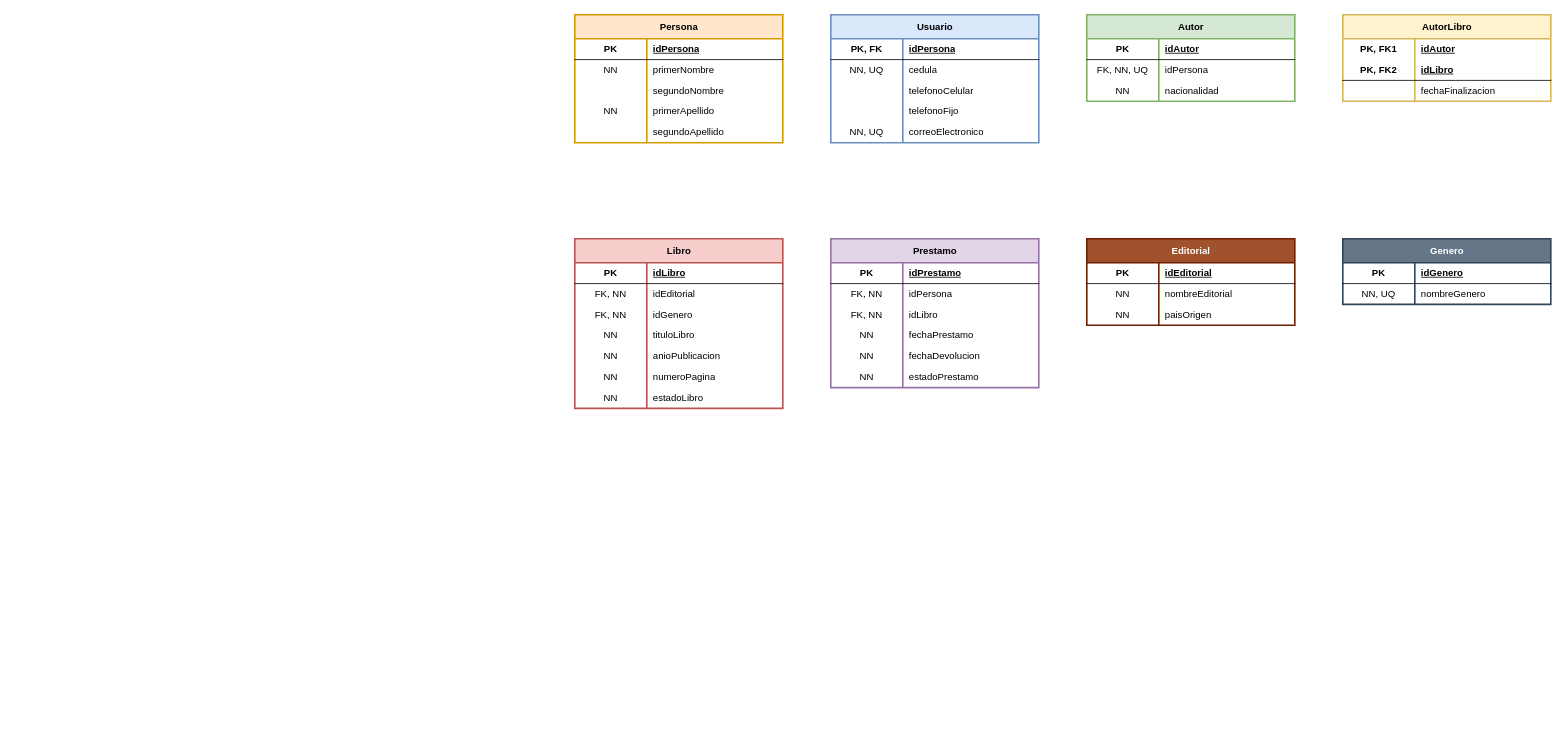
Isa4cc/BASE-DE-DATOS-I-DIAGRAMAS keeps this draw.io diagram as MODELO-LOGICO-LIBROS.drawio. Above is the earlier version. Source tidied: cells renumbered, new cells numbered last; positions are measured from the earlier drawing's top-left corner, leaving out a move shared by most shapes. Both pictures are drawn from the tidied source at 80%, with x=0, y=0 at pixel (574, 14).
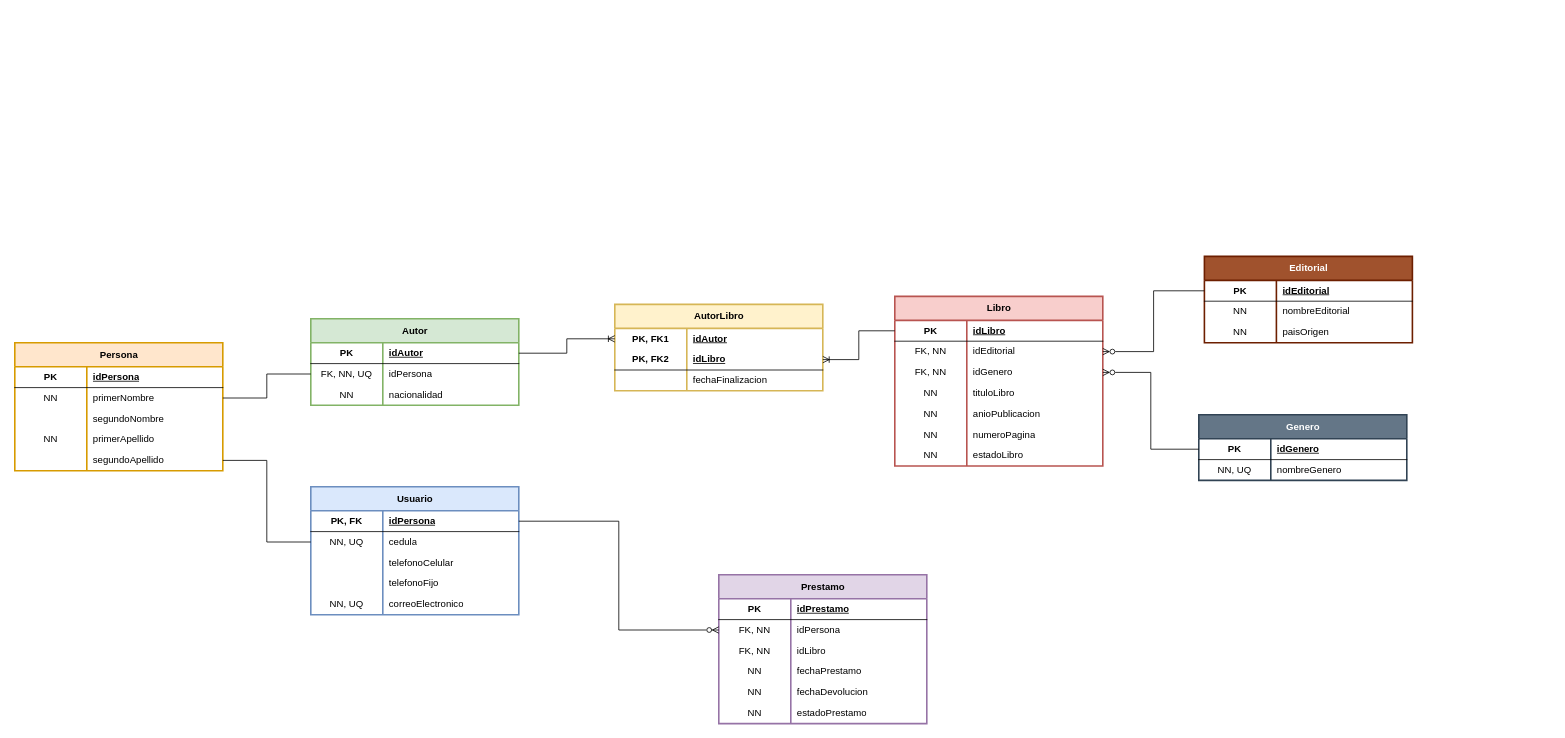
The same diagram, later.

The change refers to these unchanged cells:
```xml
<mxCell id="6" style="shape=tableRow;horizontal=0;startSize=0;swimlaneHead=0;swimlaneBody=0;fillColor=none;points=[[0,0.5],[1,0.5]];portConstraint=eastwest;top=0;left=0;right=0;bottom=0;" parent="2" vertex="1">
  <mxGeometry y="56" width="260" height="26" as="geometry" />
</mxCell>
<mxCell id="15" style="shape=tableRow;horizontal=0;startSize=0;swimlaneHead=0;swimlaneBody=0;fillColor=none;points=[[0,0.5],[1,0.5]];portConstraint=eastwest;top=0;left=0;right=0;bottom=0;" parent="2" vertex="1">
  <mxGeometry y="134" width="260" height="26" as="geometry" />
</mxCell>
<mxCell id="19" style="shape=tableRow;horizontal=0;startSize=0;swimlaneHead=0;swimlaneBody=0;fillColor=none;points=[[0,0.5],[1,0.5]];portConstraint=eastwest;top=0;left=0;right=0;bottom=1;" parent="18" vertex="1">
  <mxGeometry y="30" width="260" height="26" as="geometry" />
</mxCell>
<mxCell id="22" style="shape=tableRow;horizontal=0;startSize=0;swimlaneHead=0;swimlaneBody=0;fillColor=none;points=[[0,0.5],[1,0.5]];portConstraint=eastwest;top=0;left=0;right=0;bottom=0;" parent="18" vertex="1">
  <mxGeometry y="56" width="260" height="26" as="geometry" />
</mxCell>
<mxCell id="35" style="shape=tableRow;horizontal=0;startSize=0;swimlaneHead=0;swimlaneBody=0;fillColor=none;points=[[0,0.5],[1,0.5]];portConstraint=eastwest;top=0;left=0;right=0;bottom=1;" parent="34" vertex="1">
  <mxGeometry y="30" width="260" height="26" as="geometry" />
</mxCell>
<mxCell id="38" style="shape=tableRow;horizontal=0;startSize=0;swimlaneHead=0;swimlaneBody=0;fillColor=none;points=[[0,0.5],[1,0.5]];portConstraint=eastwest;top=0;left=0;right=0;bottom=0;" parent="34" vertex="1">
  <mxGeometry y="56" width="260" height="26" as="geometry" />
</mxCell>
<mxCell id="45" style="shape=tableRow;horizontal=0;startSize=0;swimlaneHead=0;swimlaneBody=0;fillColor=none;points=[[0,0.5],[1,0.5]];portConstraint=eastwest;top=0;left=0;right=0;bottom=0;" parent="44" vertex="1">
  <mxGeometry y="30" width="260" height="26" as="geometry" />
</mxCell>
<mxCell id="48" style="shape=tableRow;horizontal=0;startSize=0;swimlaneHead=0;swimlaneBody=0;fillColor=none;points=[[0,0.5],[1,0.5]];portConstraint=eastwest;top=0;left=0;right=0;bottom=1;" parent="44" vertex="1">
  <mxGeometry y="56" width="260" height="26" as="geometry" />
</mxCell>
<mxCell id="55" style="shape=tableRow;horizontal=0;startSize=0;swimlaneHead=0;swimlaneBody=0;fillColor=none;points=[[0,0.5],[1,0.5]];portConstraint=eastwest;top=0;left=0;right=0;bottom=1;" parent="54" vertex="1">
  <mxGeometry y="30" width="260" height="26" as="geometry" />
</mxCell>
<mxCell id="58" style="shape=tableRow;horizontal=0;startSize=0;swimlaneHead=0;swimlaneBody=0;fillColor=none;points=[[0,0.5],[1,0.5]];portConstraint=eastwest;top=0;left=0;right=0;bottom=0;" parent="54" vertex="1">
  <mxGeometry y="56" width="260" height="26" as="geometry" />
</mxCell>
<mxCell id="61" style="shape=tableRow;horizontal=0;startSize=0;swimlaneHead=0;swimlaneBody=0;fillColor=none;points=[[0,0.5],[1,0.5]];portConstraint=eastwest;top=0;left=0;right=0;bottom=0;" parent="54" vertex="1">
  <mxGeometry y="82" width="260" height="26" as="geometry" />
</mxCell>
<mxCell id="80" style="shape=tableRow;horizontal=0;startSize=0;swimlaneHead=0;swimlaneBody=0;fillColor=none;points=[[0,0.5],[1,0.5]];portConstraint=eastwest;top=0;left=0;right=0;bottom=0;" parent="76" vertex="1">
  <mxGeometry y="56" width="260" height="26" as="geometry" />
</mxCell>
<mxCell id="96" style="shape=tableRow;horizontal=0;startSize=0;swimlaneHead=0;swimlaneBody=0;fillColor=none;points=[[0,0.5],[1,0.5]];portConstraint=eastwest;top=0;left=0;right=0;bottom=1;" parent="95" vertex="1">
  <mxGeometry y="30" width="260" height="26" as="geometry" />
</mxCell>
<mxCell id="106" style="shape=tableRow;horizontal=0;startSize=0;swimlaneHead=0;swimlaneBody=0;fillColor=none;points=[[0,0.5],[1,0.5]];portConstraint=eastwest;top=0;left=0;right=0;bottom=1;" parent="105" vertex="1">
  <mxGeometry y="30" width="260" height="26" as="geometry" />
</mxCell>
```

What changed in the source:
```diff
@@
     <mxCell id="2" value="Persona" style="shape=table;startSize=30;childLayout=tableLayout;rowLines=0;fontStyle=1;align=center;html=1;fillColor=#ffe6cc;strokeColor=#d79b00;strokeWidth=2;" parent="1" vertex="1">
-      <mxGeometry width="260" height="160" as="geometry" />
+      <mxGeometry x="-700" y="410" width="260" height="160" as="geometry" />
     </mxCell>
@@
     <mxCell id="18" value="Usuario" style="shape=table;startSize=30;childLayout=tableLayout;rowLines=0;fontStyle=1;align=center;html=1;fillColor=#dae8fc;strokeColor=#6c8ebf;strokeWidth=2;" parent="1" vertex="1">
-      <mxGeometry x="320" width="260" height="160" as="geometry" />
+      <mxGeometry x="-330" y="590" width="260" height="160" as="geometry" />
     </mxCell>
@@
     <mxCell id="34" value="Autor" style="shape=table;startSize=30;childLayout=tableLayout;rowLines=0;fontStyle=1;align=center;html=1;fillColor=#d5e8d4;strokeColor=#82b366;strokeWidth=2;" parent="1" vertex="1">
-      <mxGeometry x="640" width="260" height="108" as="geometry" />
+      <mxGeometry x="-330" y="380" width="260" height="108" as="geometry" />
     </mxCell>
@@
     <mxCell id="44" value="AutorLibro" style="shape=table;startSize=30;childLayout=tableLayout;rowLines=0;fontStyle=1;align=center;html=1;fillColor=#fff2cc;strokeColor=#d6b656;strokeWidth=2;" parent="1" vertex="1">
-      <mxGeometry x="960" width="260" height="108" as="geometry" />
+      <mxGeometry x="50" y="362" width="260" height="108" as="geometry" />
     </mxCell>
@@
     <mxCell id="54" value="Libro" style="shape=table;startSize=30;childLayout=tableLayout;rowLines=0;fontStyle=1;align=center;html=1;fillColor=#f8cecc;strokeColor=#b85450;strokeWidth=2;" parent="1" vertex="1">
-      <mxGeometry y="280" width="260" height="212" as="geometry" />
+      <mxGeometry x="400" y="352" width="260" height="212" as="geometry" />
     </mxCell>
@@
     <mxCell id="76" value="Prestamo" style="shape=table;startSize=30;childLayout=tableLayout;rowLines=0;fontStyle=1;align=center;html=1;fillColor=#e1d5e7;strokeColor=#9673a6;strokeWidth=2;" parent="1" vertex="1">
-      <mxGeometry x="320" y="280" width="260" height="186" as="geometry" />
+      <mxGeometry x="180" y="700" width="260" height="186" as="geometry" />
     </mxCell>
@@
     <mxCell id="95" value="Editorial" style="shape=table;startSize=30;childLayout=tableLayout;rowLines=0;fontStyle=1;align=center;html=1;fillColor=#a0522d;strokeWidth=2;fontColor=#ffffff;strokeColor=#6D1F00;" parent="1" vertex="1">
-      <mxGeometry x="640" y="280" width="260" height="108" as="geometry" />
+      <mxGeometry x="787" y="302" width="260" height="108" as="geometry" />
     </mxCell>
@@
     <mxCell id="105" value="Genero" style="shape=table;startSize=30;childLayout=tableLayout;rowLines=0;fontStyle=1;align=center;html=1;fillColor=#647687;fontColor=#ffffff;strokeColor=#314354;strokeWidth=2;" parent="1" vertex="1">
-      <mxGeometry x="960" y="280" width="260" height="82" as="geometry" />
+      <mxGeometry x="780" y="500" width="260" height="82" as="geometry" />
     </mxCell>
@@
+    <mxCell id="112" style="edgeStyle=orthogonalEdgeStyle;rounded=0;jettySize=auto;html=1;exitX=0;exitY=0.5;exitDx=0;exitDy=0;entryX=1;entryY=0.5;entryDx=0;entryDy=0;defaultLabelBackgroundColor=page;endArrow=none;endFill=0;" parent="1" edge="1" source="22" target="15">
+      <mxGeometry relative="1" as="geometry" />
+    </mxCell>
+    <mxCell id="113" style="edgeStyle=orthogonalEdgeStyle;rounded=0;jettySize=auto;html=1;exitX=1;exitY=0.5;exitDx=0;exitDy=0;entryX=0;entryY=0.5;entryDx=0;entryDy=0;defaultLabelBackgroundColor=page;endArrow=none;endFill=0;" parent="1" edge="1" source="6" target="38">
+      <mxGeometry relative="1" as="geometry" />
+    </mxCell>
+    <mxCell id="114" style="edgeStyle=orthogonalEdgeStyle;rounded=0;jettySize=auto;html=1;exitX=0;exitY=0.5;exitDx=0;exitDy=0;entryX=1;entryY=0.5;entryDx=0;entryDy=0;defaultLabelBackgroundColor=page;endArrow=none;endFill=0;startArrow=ERzeroToMany;startFill=0;" parent="1" edge="1" source="80" target="19">
+      <mxGeometry relative="1" as="geometry" />
+    </mxCell>
+    <mxCell id="115" style="edgeStyle=orthogonalEdgeStyle;rounded=0;jettySize=auto;html=1;exitX=0;exitY=0.5;exitDx=0;exitDy=0;entryX=1;entryY=0.5;entryDx=0;entryDy=0;defaultLabelBackgroundColor=page;endArrow=none;endFill=0;startArrow=ERoneToMany;startFill=0;" parent="1" edge="1" source="45" target="35">
+      <mxGeometry relative="1" as="geometry" />
+    </mxCell>
+    <mxCell id="116" style="edgeStyle=orthogonalEdgeStyle;rounded=0;jettySize=auto;html=1;exitX=1;exitY=0.5;exitDx=0;exitDy=0;entryX=0;entryY=0.5;entryDx=0;entryDy=0;defaultLabelBackgroundColor=page;endArrow=none;endFill=0;startArrow=ERoneToMany;startFill=0;" parent="1" edge="1" source="48" target="55">
+      <mxGeometry relative="1" as="geometry" />
+    </mxCell>
+    <mxCell id="117" style="edgeStyle=orthogonalEdgeStyle;rounded=0;jettySize=auto;html=1;exitX=0;exitY=0.5;exitDx=0;exitDy=0;entryX=1;entryY=0.5;entryDx=0;entryDy=0;defaultLabelBackgroundColor=page;endArrow=ERzeroToMany;endFill=0;" parent="1" edge="1" source="106" target="61">
+      <mxGeometry relative="1" as="geometry" />
+    </mxCell>
+    <mxCell id="118" style="edgeStyle=orthogonalEdgeStyle;rounded=0;jettySize=auto;html=1;exitX=0;exitY=0.5;exitDx=0;exitDy=0;entryX=1;entryY=0.5;entryDx=0;entryDy=0;defaultLabelBackgroundColor=page;endArrow=ERzeroToMany;endFill=0;" parent="1" edge="1" source="96" target="58">
+      <mxGeometry relative="1" as="geometry" />
+    </mxCell>
```
